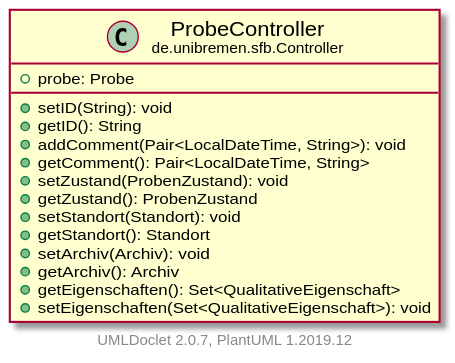
fkehlenb/softwareprojekt-2 keeps this PlantUML diagram as doc/UML/modulsichtSVG/ProbeController.svg. Above is the earlier version. Source of this version:
```plantuml
@startuml
    set namespaceSeparator none
    hide empty fields
    hide empty methods

    class "<size:14>ProbeController\n<size:10>de.unibremen.sfb.Controller" as de.unibremen.sfb.Controller.ProbeController [[ProbeController.html]] {
        +probe: Probe
        +setID(String): void
        +getID(): String
        +addComment(Pair<LocalDateTime, String>): void
        +getComment(): Pair<LocalDateTime, String>
        +setZustand(ProbenZustand): void
        +getZustand(): ProbenZustand
        +setStandort(Standort): void
        +getStandort(): Standort
        +setArchiv(Archiv): void
        +getArchiv(): Archiv
        +getEigenschaften(): Set<QualitativeEigenschaft>
        +setEigenschaften(Set<QualitativeEigenschaft>): void
    }

    center footer UMLDoclet 2.0.7, PlantUML 1.2019.12
@enduml
```
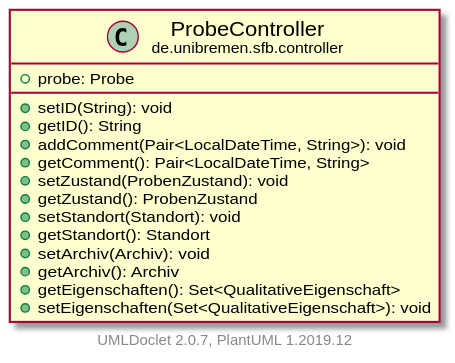
Above is the later version.

Change to the diagram source:
```diff
@@ -3,7 +3,7 @@
     hide empty fields
     hide empty methods
 
-    class "<size:14>ProbeController\n<size:10>de.unibremen.sfb.Controller" as de.unibremen.sfb.Controller.ProbeController [[ProbeController.html]] {
+    class "<size:14>ProbeController\n<size:10>de.unibremen.sfb.controller" as de.unibremen.sfb.controller.ProbeController [[ProbeController.html]] {
         +probe: Probe
         +setID(String): void
         +getID(): String
```
